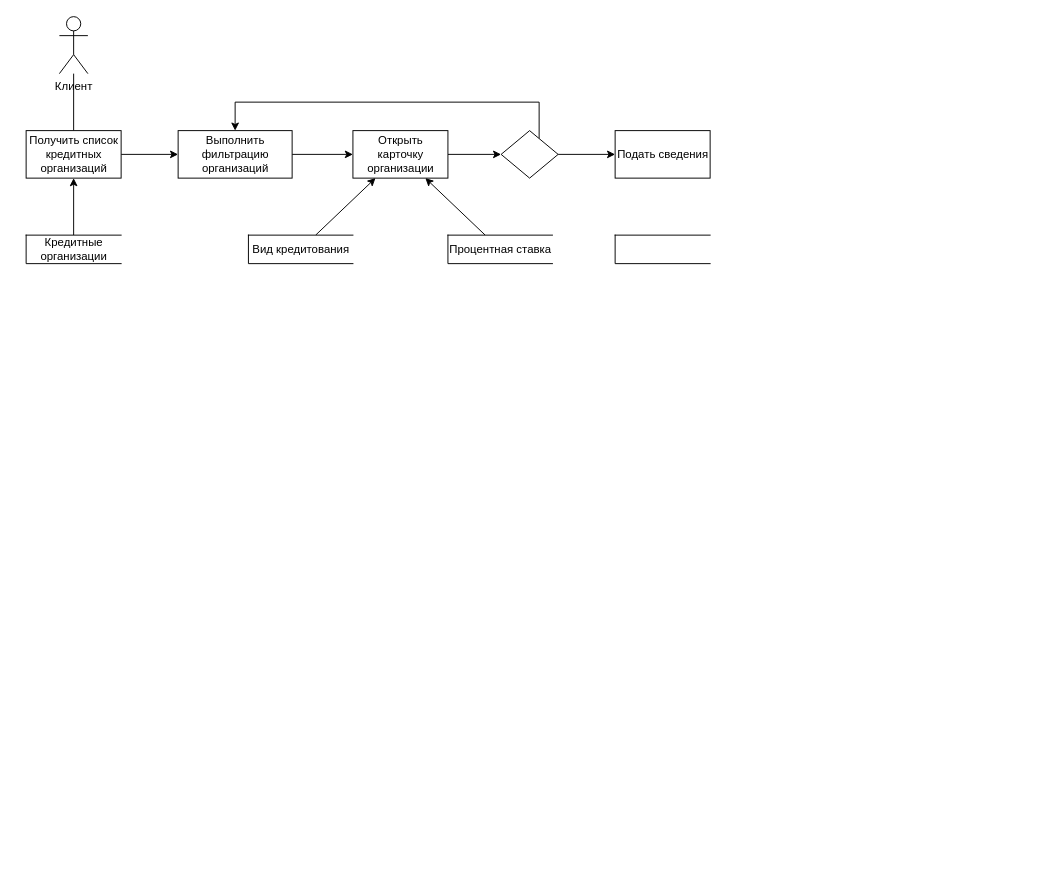
Above: Data Flow.drawio in sothug/Loan-applications (draw.io), before the change. Source tidied: cells renumbered, new cells numbered last; positions are measured from the earlier drawing's top-left corner, leaving out a move shared by most shapes. Both pictures are drawn from the tidied source at 95%, with x=0, y=0 at pixel (26, 16).
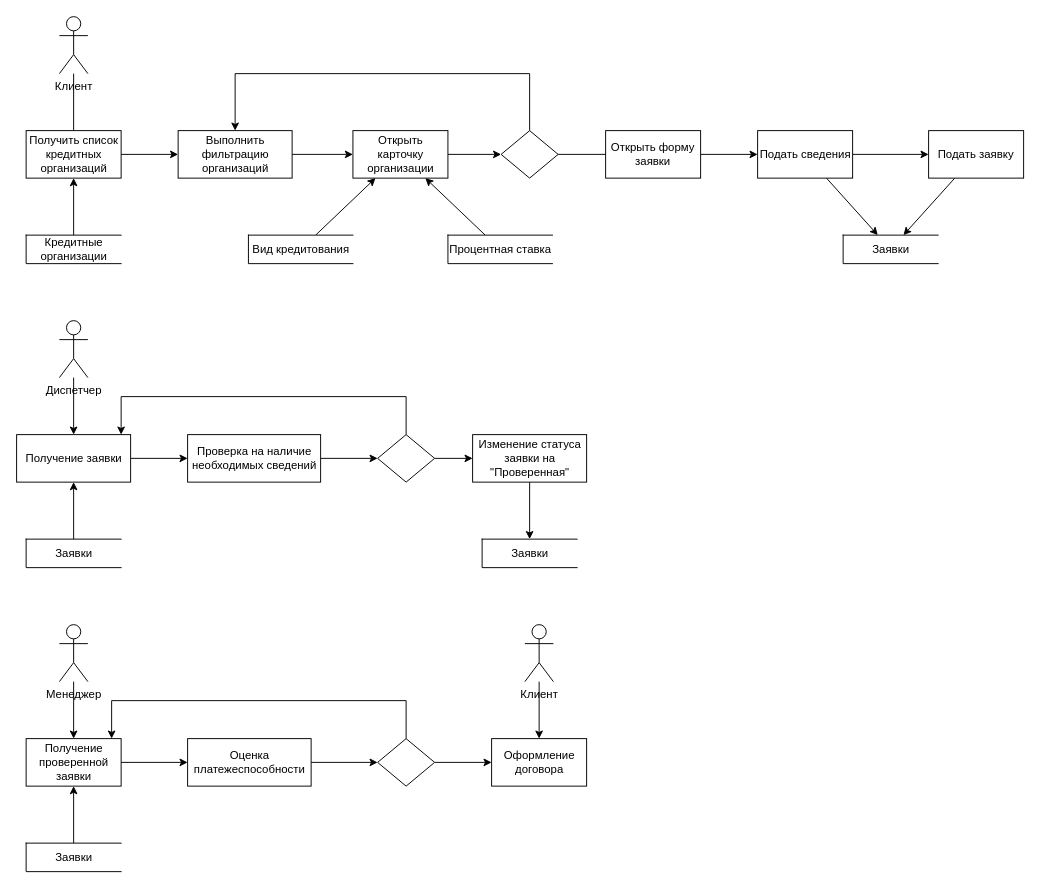
After the change.

Unchanged cells that the change refers to:
```xml
<mxCell id="9" value="Выполнить&lt;br&gt;фильтрацию&lt;br&gt;организаций" style="html=1;dashed=0;whitespace=wrap;" parent="1" vertex="1">
  <mxGeometry x="160" y="120" width="120" height="50" as="geometry" />
</mxCell>
<mxCell id="18" style="shape=rhombus;html=1;dashed=0;whitespace=wrap;perimeter=rhombusPerimeter;" parent="1" vertex="1">
  <mxGeometry x="500" y="120" width="60" height="50" as="geometry" />
</mxCell>
```

Diff of the diagram source:
```diff
@@
+    <mxCell id="17" style="edgeStyle=orthogonalEdgeStyle;rounded=0;jettySize=auto;html=1;endFill=1;startArrow=none;" parent="1" edge="1" source="23" target="19">
+      <mxGeometry relative="1" as="geometry" />
+    </mxCell>
-    <mxCell id="16" style="edgeStyle=orthogonalEdgeStyle;rounded=0;jettySize=auto;html=1;endFill=1;" parent="1" edge="1" source="18" target="9">
+    <mxCell id="16" style="edgeStyle=orthogonalEdgeStyle;rounded=0;jettySize=auto;html=1;" parent="1" edge="1" source="18" target="9">
       <mxGeometry relative="1" as="geometry">
         <Array as="points">
-          <mxPoint x="540" y="90" />
-          <mxPoint x="220" y="90" />
+          <mxPoint x="530" y="60" />
+          <mxPoint x="220" y="60" />
         </Array>
       </mxGeometry>
     </mxCell>
-    <mxCell id="17" style="edgeStyle=orthogonalEdgeStyle;rounded=0;jettySize=auto;html=1;endFill=1;" parent="1" edge="1" source="18" target="19">
-      <mxGeometry relative="1" as="geometry" />
-    </mxCell>
@@
+    <mxCell id="21" style="edgeStyle=orthogonalEdgeStyle;rounded=0;jettySize=auto;html=1;" parent="1" edge="1" source="19" target="26">
+      <mxGeometry relative="1" as="geometry" />
+    </mxCell>
+    <mxCell id="22" style="rounded=0;jettySize=auto;html=1;" parent="1" edge="1" source="19" target="29">
+      <mxGeometry relative="1" as="geometry" />
+    </mxCell>
     <mxCell id="19" value="Подать сведения" style="html=1;dashed=0;whitespace=wrap;" parent="1" vertex="1">
-      <mxGeometry x="620" y="120" width="100" height="50" as="geometry" />
+      <mxGeometry x="770" y="120" width="100" height="50" as="geometry" />
     </mxCell>
-    <mxCell id="20" style="html=1;dashed=0;whitespace=wrap;shape=partialRectangle;right=0;" parent="1" vertex="1">
-      <mxGeometry x="620" y="230" width="100" height="30" as="geometry" />
-    </mxCell>
+    <mxCell id="23" value="Открыть форму заявки" style="rounded=0;whiteSpace=wrap;html=1;" parent="1" vertex="1">
+      <mxGeometry x="610" y="120" width="100" height="50" as="geometry" />
+    </mxCell>
+    <mxCell id="24" style="edgeStyle=orthogonalEdgeStyle;rounded=0;jettySize=auto;html=1;endFill=1;endArrow=none;" parent="1" edge="1" source="18" target="23">
+      <mxGeometry relative="1" as="geometry" />
+    </mxCell>
+    <mxCell id="25" style="rounded=0;jettySize=auto;html=1;" parent="1" edge="1" source="26" target="29">
+      <mxGeometry relative="1" as="geometry" />
+    </mxCell>
+    <mxCell id="26" value="Подать заявку" style="whiteSpace=wrap;html=1;dashed=0;" parent="1" vertex="1">
+      <mxGeometry x="950" y="120" width="100" height="50" as="geometry" />
+    </mxCell>
+    <mxCell id="27" style="edgeStyle=orthogonalEdgeStyle;rounded=0;jettySize=auto;html=1;" parent="1" edge="1" source="28" target="31">
+      <mxGeometry relative="1" as="geometry" />
+    </mxCell>
+    <mxCell id="28" value="Диспетчер" style="shape=umlActor;verticalLabelPosition=bottom;verticalAlign=top;html=1;outlineConnect=0;" parent="1" vertex="1">
+      <mxGeometry x="35" y="320" width="30" height="60" as="geometry" />
+    </mxCell>
+    <mxCell id="29" value="Заявки" style="html=1;dashed=0;whitespace=wrap;shape=partialRectangle;right=0;" parent="1" vertex="1">
+      <mxGeometry x="860" y="230" width="100" height="30" as="geometry" />
+    </mxCell>
+    <mxCell id="30" style="edgeStyle=orthogonalEdgeStyle;rounded=0;jettySize=auto;html=1;" parent="1" edge="1" source="31" target="35">
+      <mxGeometry relative="1" as="geometry" />
+    </mxCell>
+    <mxCell id="31" value="Получение заявки" style="html=1;dashed=0;whitespace=wrap;" parent="1" vertex="1">
+      <mxGeometry x="-10" y="440" width="120" height="50" as="geometry" />
+    </mxCell>
+    <mxCell id="32" style="edgeStyle=orthogonalEdgeStyle;rounded=0;jettySize=auto;html=1;" parent="1" edge="1" source="33" target="31">
+      <mxGeometry relative="1" as="geometry" />
+    </mxCell>
+    <mxCell id="33" value="Заявки" style="html=1;dashed=0;whitespace=wrap;shape=partialRectangle;right=0;" parent="1" vertex="1">
+      <mxGeometry y="550" width="100" height="30" as="geometry" />
+    </mxCell>
+    <mxCell id="34" style="edgeStyle=orthogonalEdgeStyle;rounded=0;jettySize=auto;html=1;" parent="1" edge="1" source="35" target="38">
+      <mxGeometry relative="1" as="geometry" />
+    </mxCell>
+    <mxCell id="35" value="Проверка на наличие&lt;br&gt;необходимых сведений" style="html=1;dashed=0;whitespace=wrap;" parent="1" vertex="1">
+      <mxGeometry x="170" y="440" width="140" height="50" as="geometry" />
+    </mxCell>
+    <mxCell id="36" style="edgeStyle=orthogonalEdgeStyle;rounded=0;jettySize=auto;html=1;" parent="1" edge="1" source="38" target="31">
+      <mxGeometry relative="1" as="geometry">
+        <Array as="points">
+          <mxPoint x="400" y="400" />
+          <mxPoint x="100" y="400" />
+        </Array>
+      </mxGeometry>
+    </mxCell>
+    <mxCell id="37" style="edgeStyle=orthogonalEdgeStyle;rounded=0;jettySize=auto;html=1;" parent="1" edge="1" source="38" target="40">
+      <mxGeometry relative="1" as="geometry" />
+    </mxCell>
+    <mxCell id="38" style="shape=rhombus;html=1;dashed=0;whitespace=wrap;perimeter=rhombusPerimeter;" parent="1" vertex="1">
+      <mxGeometry x="370" y="440" width="60" height="50" as="geometry" />
+    </mxCell>
+    <mxCell id="39" style="edgeStyle=orthogonalEdgeStyle;rounded=0;jettySize=auto;html=1;" parent="1" edge="1" source="40" target="41">
+      <mxGeometry relative="1" as="geometry" />
+    </mxCell>
+    <mxCell id="40" value="Изменение статуса&lt;br&gt;заявки на&lt;br&gt;&quot;Проверенная&quot;" style="html=1;dashed=0;whitespace=wrap;" parent="1" vertex="1">
+      <mxGeometry x="470" y="440" width="120" height="50" as="geometry" />
+    </mxCell>
+    <mxCell id="41" value="Заявки" style="html=1;dashed=0;whitespace=wrap;shape=partialRectangle;right=0;" parent="1" vertex="1">
+      <mxGeometry x="480" y="550" width="100" height="30" as="geometry" />
+    </mxCell>
+    <mxCell id="42" style="edgeStyle=orthogonalEdgeStyle;rounded=0;jettySize=auto;html=1;" parent="1" edge="1" source="43" target="45">
+      <mxGeometry relative="1" as="geometry" />
+    </mxCell>
+    <mxCell id="43" value="Менеджер" style="shape=umlActor;verticalLabelPosition=bottom;verticalAlign=top;html=1;outlineConnect=0;" parent="1" vertex="1">
+      <mxGeometry x="35" y="640" width="30" height="60" as="geometry" />
+    </mxCell>
+    <mxCell id="44" style="edgeStyle=orthogonalEdgeStyle;rounded=0;jettySize=auto;html=1;" parent="1" edge="1" source="45" target="49">
+      <mxGeometry relative="1" as="geometry" />
+    </mxCell>
+    <mxCell id="45" value="Получение&lt;br&gt;проверенной&lt;br&gt;заявки" style="html=1;dashed=0;whitespace=wrap;" parent="1" vertex="1">
+      <mxGeometry y="760" width="100" height="50" as="geometry" />
+    </mxCell>
+    <mxCell id="46" style="edgeStyle=orthogonalEdgeStyle;rounded=0;jettySize=auto;html=1;" parent="1" edge="1" source="47" target="45">
+      <mxGeometry relative="1" as="geometry" />
+    </mxCell>
+    <mxCell id="47" value="Заявки" style="html=1;dashed=0;whitespace=wrap;shape=partialRectangle;right=0;" parent="1" vertex="1">
+      <mxGeometry y="870" width="100" height="30" as="geometry" />
+    </mxCell>
+    <mxCell id="48" style="edgeStyle=orthogonalEdgeStyle;rounded=0;jettySize=auto;html=1;" parent="1" edge="1" source="49" target="52">
+      <mxGeometry relative="1" as="geometry" />
+    </mxCell>
+    <mxCell id="49" value="Оценка&lt;br&gt;платежеспособности" style="html=1;dashed=0;whitespace=wrap;" parent="1" vertex="1">
+      <mxGeometry x="170" y="760" width="130" height="50" as="geometry" />
+    </mxCell>
+    <mxCell id="50" style="edgeStyle=orthogonalEdgeStyle;rounded=0;jettySize=auto;html=1;" parent="1" edge="1" source="52" target="45">
+      <mxGeometry relative="1" as="geometry">
+        <Array as="points">
+          <mxPoint x="400" y="720" />
+          <mxPoint x="90" y="720" />
+        </Array>
+      </mxGeometry>
+    </mxCell>
+    <mxCell id="51" style="edgeStyle=orthogonalEdgeStyle;rounded=0;jettySize=auto;html=1;" parent="1" edge="1" source="52" target="53">
+      <mxGeometry relative="1" as="geometry" />
+    </mxCell>
+    <mxCell id="52" style="shape=rhombus;html=1;dashed=0;whitespace=wrap;perimeter=rhombusPerimeter;" parent="1" vertex="1">
+      <mxGeometry x="370" y="760" width="60" height="50" as="geometry" />
+    </mxCell>
+    <mxCell id="53" value="Оформление&lt;br&gt;договора" style="html=1;dashed=0;whitespace=wrap;" parent="1" vertex="1">
+      <mxGeometry x="490" y="760" width="100" height="50" as="geometry" />
+    </mxCell>
+    <mxCell id="54" style="edgeStyle=orthogonalEdgeStyle;rounded=0;jettySize=auto;html=1;" parent="1" edge="1" source="55" target="53">
+      <mxGeometry relative="1" as="geometry" />
+    </mxCell>
+    <mxCell id="55" value="Клиент" style="shape=umlActor;verticalLabelPosition=bottom;verticalAlign=top;html=1;outlineConnect=0;" parent="1" vertex="1">
+      <mxGeometry x="525" y="640" width="30" height="60" as="geometry" />
+    </mxCell>
```
